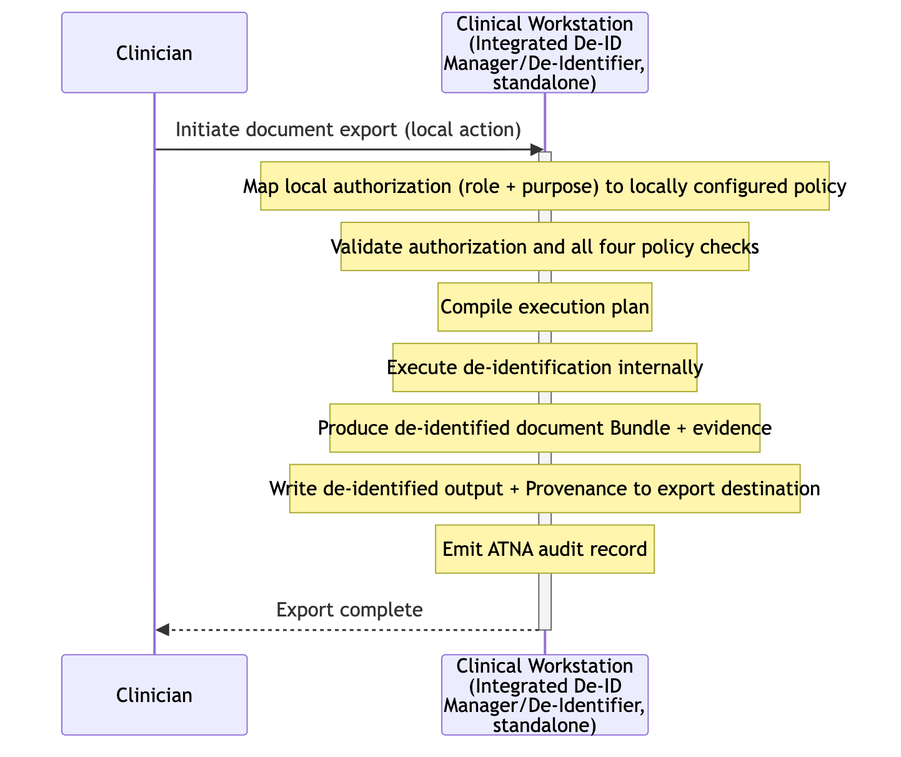
The Mermaid diagram input/images/dis-uc5-local-export.png in IHE/ITI.DIS, before a commit. Its source is kept beside it as input/images-source/dis-uc5-local-export.mmd.
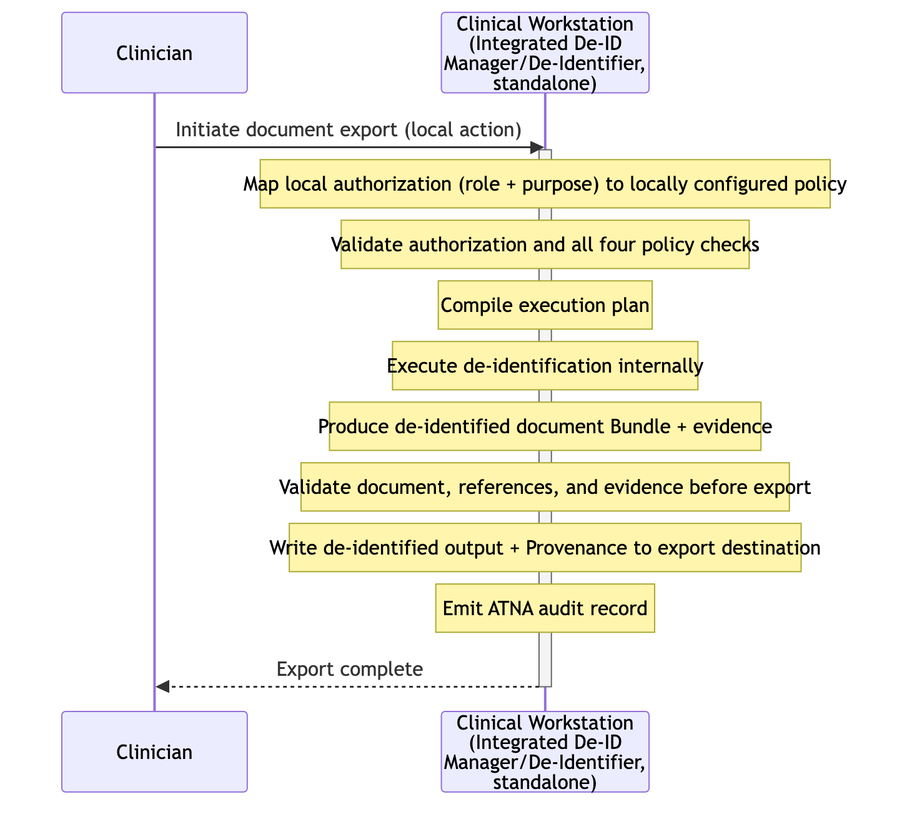
After the change.

What changed in the source:
```diff
@@ -10,6 +10,7 @@
 
     Note over WS: Execute de-identification internally
     Note over WS: Produce de-identified document Bundle + evidence
+    Note over WS: Validate document, references, and evidence before export
 
     Note over WS: Write de-identified output + Provenance to export destination
     Note over WS: Emit ATNA audit record
```
